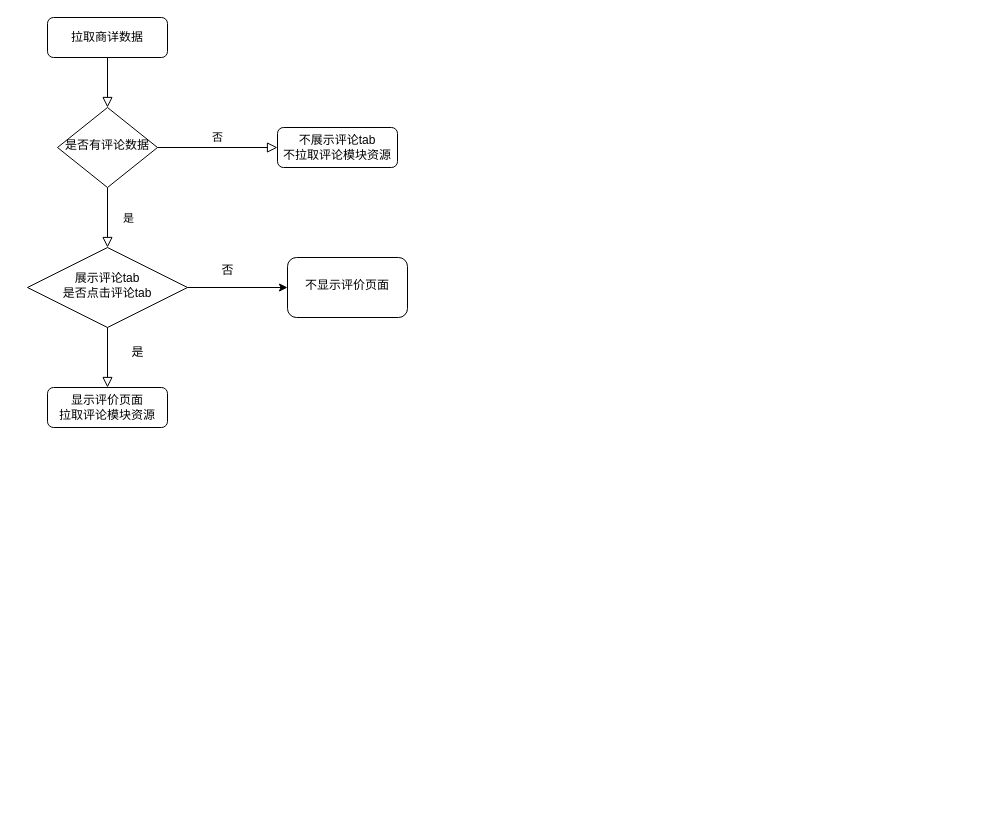
Before: getRequiremoudle.drawio in BwinYang/bwinyang, a draw.io diagram. Source tidied: cells renumbered, new cells numbered last; positions are measured from the earlier drawing's top-left corner, leaving out a move shared by most shapes. Both pictures are drawn from the tidied source at 100%, with x=0, y=0 at pixel (27, 17).
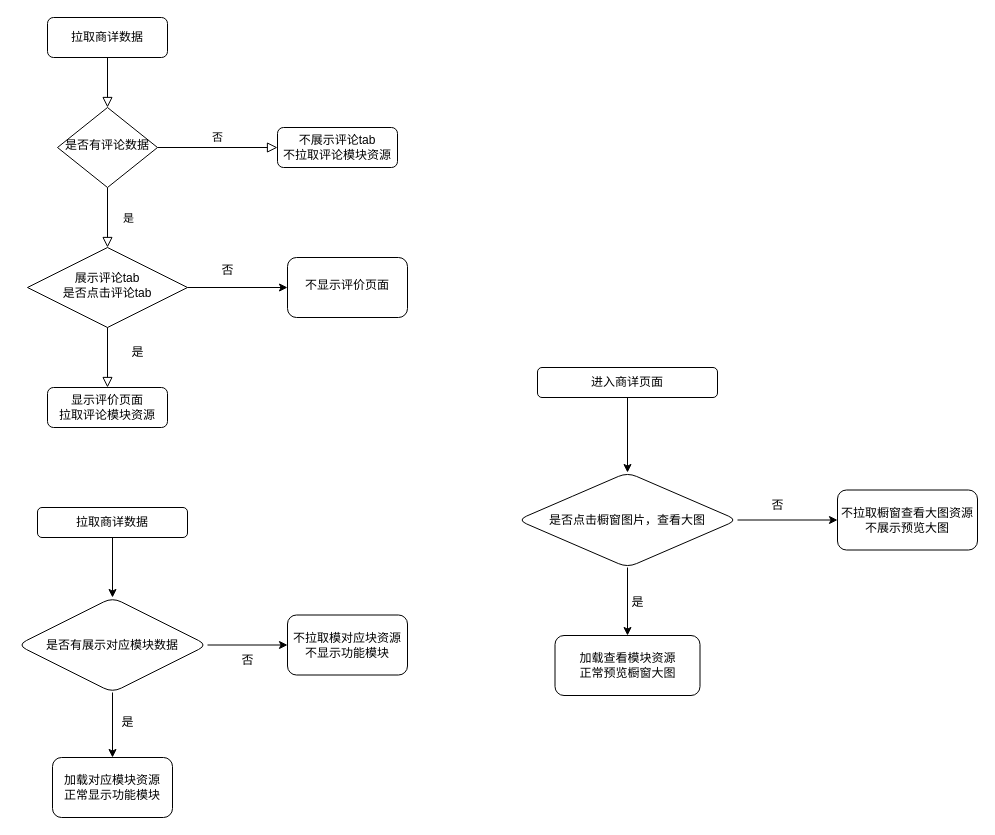
The same diagram, later.

Diff of the diagram source:
```diff
@@
+    <mxCell id="16" style="edgeStyle=orthogonalEdgeStyle;rounded=0;jettySize=auto;html=1;" parent="1" edge="1" source="17" target="20">
+      <mxGeometry relative="1" as="geometry" />
+    </mxCell>
+    <mxCell id="17" value="拉取商详数据" style="rounded=1;whiteSpace=wrap;html=1;" parent="1" vertex="1">
+      <mxGeometry x="10" y="490" width="150" height="30" as="geometry" />
+    </mxCell>
+    <mxCell id="18" style="edgeStyle=orthogonalEdgeStyle;rounded=0;jettySize=auto;html=1;" parent="1" edge="1" source="20" target="21">
+      <mxGeometry relative="1" as="geometry" />
+    </mxCell>
+    <mxCell id="19" style="edgeStyle=orthogonalEdgeStyle;rounded=0;jettySize=auto;html=1;" parent="1" edge="1" source="20" target="23">
+      <mxGeometry relative="1" as="geometry" />
+    </mxCell>
+    <mxCell id="20" value="是否有展示对应模块数据" style="rhombus;whiteSpace=wrap;html=1;rounded=1;" parent="1" vertex="1">
+      <mxGeometry x="-10" y="580" width="190" height="95" as="geometry" />
+    </mxCell>
+    <mxCell id="21" value="不拉取模对应块资源&lt;br style=&quot;border-color: var(--border-color);&quot;&gt;不显示功能模块" style="whiteSpace=wrap;html=1;rounded=1;" parent="1" vertex="1">
+      <mxGeometry x="260" y="597.5" width="120" height="60" as="geometry" />
+    </mxCell>
+    <mxCell id="22" value="否" style="text;html=1;align=center;verticalAlign=middle;strokeColor=none;fillColor=none;" parent="1" vertex="1">
+      <mxGeometry x="200" y="627.5" width="40" height="30" as="geometry" />
+    </mxCell>
+    <mxCell id="23" value="加载对应模块资源&lt;br&gt;正常显示功能模块" style="whiteSpace=wrap;html=1;rounded=1;" parent="1" vertex="1">
+      <mxGeometry x="25" y="740" width="120" height="60" as="geometry" />
+    </mxCell>
+    <mxCell id="24" value="是" style="text;html=1;align=center;verticalAlign=middle;strokeColor=none;fillColor=none;" parent="1" vertex="1">
+      <mxGeometry x="80" y="690" width="40" height="30" as="geometry" />
+    </mxCell>
+    <mxCell id="25" style="edgeStyle=orthogonalEdgeStyle;rounded=0;jettySize=auto;html=1;" parent="1" edge="1" source="26" target="29">
+      <mxGeometry relative="1" as="geometry" />
+    </mxCell>
+    <mxCell id="26" value="进入商详页面" style="rounded=1;whiteSpace=wrap;html=1;" parent="1" vertex="1">
+      <mxGeometry x="510" y="350" width="180" height="30" as="geometry" />
+    </mxCell>
+    <mxCell id="27" style="edgeStyle=orthogonalEdgeStyle;rounded=0;jettySize=auto;html=1;" parent="1" edge="1" source="29" target="30">
+      <mxGeometry relative="1" as="geometry" />
+    </mxCell>
+    <mxCell id="28" style="edgeStyle=orthogonalEdgeStyle;rounded=0;jettySize=auto;html=1;" parent="1" edge="1" source="29" target="32">
+      <mxGeometry relative="1" as="geometry" />
+    </mxCell>
+    <mxCell id="29" value="是否点击橱窗图片，查看大图" style="rhombus;whiteSpace=wrap;html=1;rounded=1;" parent="1" vertex="1">
+      <mxGeometry x="490" y="455" width="220" height="95" as="geometry" />
+    </mxCell>
+    <mxCell id="30" value="不拉取橱窗查看大图资源&lt;br&gt;不展示预览大图" style="whiteSpace=wrap;html=1;rounded=1;" parent="1" vertex="1">
+      <mxGeometry x="810" y="472.5" width="140" height="60" as="geometry" />
+    </mxCell>
+    <mxCell id="31" value="否" style="text;html=1;align=center;verticalAlign=middle;strokeColor=none;fillColor=none;" parent="1" vertex="1">
+      <mxGeometry x="730" y="472.5" width="40" height="30" as="geometry" />
+    </mxCell>
+    <mxCell id="32" value="加载查看模块资源&lt;br&gt;正常预览橱窗大图" style="whiteSpace=wrap;html=1;rounded=1;" parent="1" vertex="1">
+      <mxGeometry x="527.5" y="618" width="145" height="60" as="geometry" />
+    </mxCell>
+    <mxCell id="33" value="是" style="text;html=1;align=center;verticalAlign=middle;strokeColor=none;fillColor=none;" parent="1" vertex="1">
+      <mxGeometry x="590" y="570" width="40" height="30" as="geometry" />
+    </mxCell>
```
